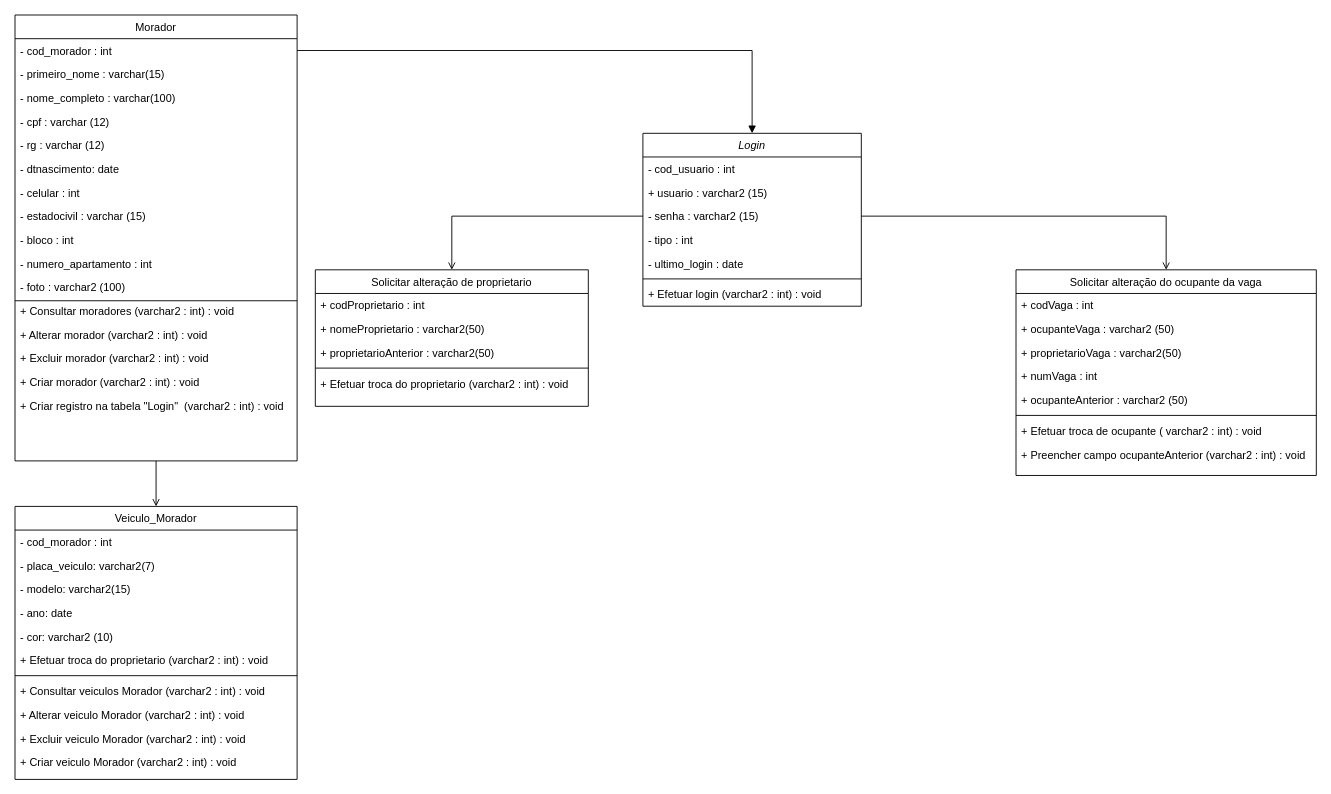
The draw.io diagram TCC/APS/DiagramaClasse.drawio in Ali-Dionisio/Etec, before the edit. Source tidied: cells renumbered, new cells numbered last; positions are measured from the earlier drawing's top-left corner, leaving out a move shared by most shapes. Both pictures are drawn from the tidied source at 91%, with x=0, y=0 at pixel (15, 15).
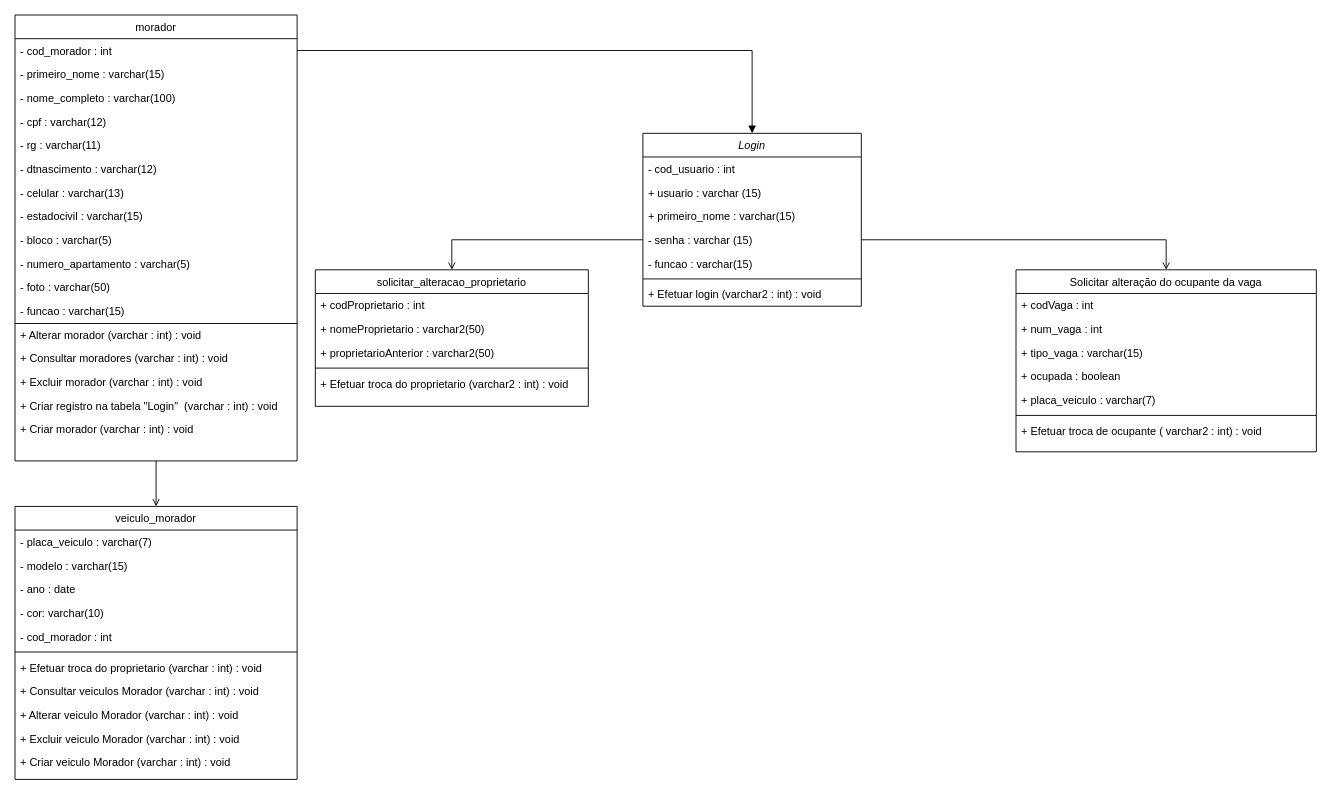
The same page after the edit.

The change refers to these unchanged cells:
```xml
<mxCell id="2" value="Login" style="swimlane;fontStyle=2;align=center;verticalAlign=top;horizontal=1;startSize=26;rounded=0;shadow=0;strokeWidth=1;" parent="1" vertex="1">
  <mxGeometry x="690" y="130" width="240" height="190" as="geometry" />
</mxCell>
```

Diff of the diagram source:
```diff
@@
-    <mxCell id="4" value="+ usuario : varchar2 (15)" style="text;align=left;verticalAlign=top;spacingLeft=4;spacingRight=4;overflow=hidden;" parent="2" vertex="1">
+    <mxCell id="4" value="+ usuario : varchar (15)" style="text;align=left;verticalAlign=top;spacingLeft=4;spacingRight=4;overflow=hidden;" parent="2" vertex="1">
       <mxGeometry y="52" width="240" height="26" as="geometry" />
     </mxCell>
+    <mxCell id="59" value="+ primeiro_nome : varchar(15)" style="text;align=left;verticalAlign=top;spacingLeft=4;spacingRight=4;overflow=hidden;" parent="2" vertex="1">
+      <mxGeometry y="78" width="240" height="26" as="geometry" />
+    </mxCell>
-    <mxCell id="5" value="- senha : varchar2 (15)" style="text;align=left;verticalAlign=top;spacingLeft=4;spacingRight=4;overflow=hidden;points=[[0,0.5],[1,0.5]];portConstraint=eastwest;rounded=0;shadow=0;html=0;" parent="2" vertex="1">
-      <mxGeometry y="78" width="240" height="26" as="geometry" />
+    <mxCell id="5" value="- senha : varchar (15)" style="text;align=left;verticalAlign=top;spacingLeft=4;spacingRight=4;overflow=hidden;points=[[0,0.5],[1,0.5]];portConstraint=eastwest;rounded=0;shadow=0;html=0;" parent="2" vertex="1">
+      <mxGeometry y="104" width="240" height="26" as="geometry" />
     </mxCell>
-    <mxCell id="6" value="- tipo : int " style="text;align=left;verticalAlign=top;spacingLeft=4;spacingRight=4;overflow=hidden;rounded=0;shadow=0;html=0;" parent="2" vertex="1">
-      <mxGeometry y="104" width="240" height="26" as="geometry" />
+    <mxCell id="6" value="- funcao : varchar(15) " style="text;align=left;verticalAlign=top;spacingLeft=4;spacingRight=4;overflow=hidden;rounded=0;shadow=0;html=0;" parent="2" vertex="1">
+      <mxGeometry y="130" width="240" height="26" as="geometry" />
     </mxCell>
-    <mxCell id="7" value="- ultimo_login : date " style="text;align=left;verticalAlign=top;spacingLeft=4;spacingRight=4;overflow=hidden;rounded=0;shadow=0;html=0;" parent="2" vertex="1">
-      <mxGeometry y="130" width="240" height="26" as="geometry" />
-    </mxCell>
@@
-    <mxCell id="10" value="Solicitar alteração de proprietario" style="swimlane;fontStyle=0;align=center;verticalAlign=top;horizontal=1;startSize=26;rounded=0;shadow=0;strokeWidth=1;" parent="1" vertex="1">
+    <mxCell id="10" value="solicitar_alteracao_proprietario" style="swimlane;fontStyle=0;align=center;verticalAlign=top;horizontal=1;startSize=26;rounded=0;shadow=0;strokeWidth=1;" parent="1" vertex="1">
       <mxGeometry x="330" y="280" width="300" height="150" as="geometry" />
     </mxCell>
@@
-    <mxCell id="17" value="Morador" style="swimlane;fontStyle=0;align=center;verticalAlign=top;horizontal=1;startSize=26;rounded=0;shadow=0;strokeWidth=1;" parent="1" vertex="1">
+    <mxCell id="17" value="morador" style="swimlane;fontStyle=0;align=center;verticalAlign=top;horizontal=1;startSize=26;rounded=0;shadow=0;strokeWidth=1;" parent="1" vertex="1">
       <mxGeometry width="310" height="490" as="geometry" />
     </mxCell>
@@
-    <mxCell id="21" value="- cpf : varchar (12)" style="text;align=left;verticalAlign=top;spacingLeft=4;spacingRight=4;overflow=hidden;" parent="17" vertex="1">
+    <mxCell id="21" value="- cpf : varchar(12)" style="text;align=left;verticalAlign=top;spacingLeft=4;spacingRight=4;overflow=hidden;" parent="17" vertex="1">
       <mxGeometry y="104" width="310" height="26" as="geometry" />
     </mxCell>
-    <mxCell id="22" value="- rg : varchar (12)" style="text;align=left;verticalAlign=top;spacingLeft=4;spacingRight=4;overflow=hidden;" parent="17" vertex="1">
+    <mxCell id="22" value="- rg : varchar(11)" style="text;align=left;verticalAlign=top;spacingLeft=4;spacingRight=4;overflow=hidden;" parent="17" vertex="1">
       <mxGeometry y="130" width="310" height="26" as="geometry" />
     </mxCell>
-    <mxCell id="23" value="- dtnascimento: date" style="text;align=left;verticalAlign=top;spacingLeft=4;spacingRight=4;overflow=hidden;" parent="17" vertex="1">
+    <mxCell id="23" value="- dtnascimento : varchar(12)" style="text;align=left;verticalAlign=top;spacingLeft=4;spacingRight=4;overflow=hidden;" parent="17" vertex="1">
       <mxGeometry y="156" width="310" height="26" as="geometry" />
     </mxCell>
-    <mxCell id="24" value="- celular : int" style="text;align=left;verticalAlign=top;spacingLeft=4;spacingRight=4;overflow=hidden;" parent="17" vertex="1">
+    <mxCell id="24" value="- celular : varchar(13)" style="text;align=left;verticalAlign=top;spacingLeft=4;spacingRight=4;overflow=hidden;" parent="17" vertex="1">
       <mxGeometry y="182" width="310" height="26" as="geometry" />
     </mxCell>
-    <mxCell id="25" value="- estadocivil : varchar (15)" style="text;align=left;verticalAlign=top;spacingLeft=4;spacingRight=4;overflow=hidden;" parent="17" vertex="1">
+    <mxCell id="25" value="- estadocivil : varchar(15)" style="text;align=left;verticalAlign=top;spacingLeft=4;spacingRight=4;overflow=hidden;" parent="17" vertex="1">
       <mxGeometry y="208" width="310" height="26" as="geometry" />
     </mxCell>
-    <mxCell id="26" value="- bloco : int" style="text;align=left;verticalAlign=top;spacingLeft=4;spacingRight=4;overflow=hidden;" parent="17" vertex="1">
+    <mxCell id="26" value="- bloco : varchar(5)" style="text;align=left;verticalAlign=top;spacingLeft=4;spacingRight=4;overflow=hidden;" parent="17" vertex="1">
       <mxGeometry y="234" width="310" height="26" as="geometry" />
     </mxCell>
-    <mxCell id="27" value="- numero_apartamento : int" style="text;align=left;verticalAlign=top;spacingLeft=4;spacingRight=4;overflow=hidden;" parent="17" vertex="1">
+    <mxCell id="27" value="- numero_apartamento : varchar(5)" style="text;align=left;verticalAlign=top;spacingLeft=4;spacingRight=4;overflow=hidden;" parent="17" vertex="1">
       <mxGeometry y="260" width="310" height="26" as="geometry" />
     </mxCell>
+    <mxCell id="60" value="- foto : varchar(50)" style="text;align=left;verticalAlign=top;spacingLeft=4;spacingRight=4;overflow=hidden;" parent="17" vertex="1">
+      <mxGeometry y="286" width="310" height="26" as="geometry" />
+    </mxCell>
-    <mxCell id="28" value="- foto : varchar2 (100)" style="text;align=left;verticalAlign=top;spacingLeft=4;spacingRight=4;overflow=hidden;" parent="17" vertex="1">
-      <mxGeometry y="286" width="310" height="26" as="geometry" />
+    <mxCell id="28" value="- funcao : varchar(15)" style="text;align=left;verticalAlign=top;spacingLeft=4;spacingRight=4;overflow=hidden;" parent="17" vertex="1">
+      <mxGeometry y="312" width="310" height="26" as="geometry" />
     </mxCell>
     <mxCell id="29" style="endArrow=none;html=1;rounded=0;" parent="17" edge="1">
       <mxGeometry relative="1" as="geometry">
-        <mxPoint y="314" as="sourcePoint" />
-        <mxPoint x="310" y="314" as="targetPoint" />
+        <mxPoint y="339" as="sourcePoint" />
+        <mxPoint x="310" y="339" as="targetPoint" />
       </mxGeometry>
     </mxCell>
+    <mxCell id="31" value="+ Alterar morador (varchar : int) : void" style="text;align=left;verticalAlign=top;spacingLeft=4;spacingRight=4;overflow=hidden;fontStyle=0;" parent="17" vertex="1">
+      <mxGeometry y="338" width="310" height="26" as="geometry" />
+    </mxCell>
-    <mxCell id="30" value="+ Consultar moradores (varchar2 : int) : void" style="text;align=left;verticalAlign=top;spacingLeft=4;spacingRight=4;overflow=hidden;fontStyle=0;" parent="17" vertex="1">
-      <mxGeometry y="312" width="310" height="26" as="geometry" />
+    <mxCell id="30" value="+ Consultar moradores (varchar : int) : void" style="text;align=left;verticalAlign=top;spacingLeft=4;spacingRight=4;overflow=hidden;fontStyle=0;" parent="17" vertex="1">
+      <mxGeometry y="364" width="310" height="26" as="geometry" />
     </mxCell>
-    <mxCell id="31" value="+ Alterar morador (varchar2 : int) : void" style="text;align=left;verticalAlign=top;spacingLeft=4;spacingRight=4;overflow=hidden;fontStyle=0;" parent="17" vertex="1">
-      <mxGeometry y="338" width="310" height="26" as="geometry" />
-    </mxCell>
-    <mxCell id="32" value="+ Excluir morador (varchar2 : int) : void" style="text;align=left;verticalAlign=top;spacingLeft=4;spacingRight=4;overflow=hidden;fontStyle=0;" parent="17" vertex="1">
-      <mxGeometry y="364" width="310" height="26" as="geometry" />
+    <mxCell id="32" value="+ Excluir morador (varchar : int) : void" style="text;align=left;verticalAlign=top;spacingLeft=4;spacingRight=4;overflow=hidden;fontStyle=0;" parent="17" vertex="1">
+      <mxGeometry y="390" width="310" height="26" as="geometry" />
     </mxCell>
+    <mxCell id="34" value="+ Criar registro na tabela &quot;Login&quot;  (varchar : int) : void" style="text;align=left;verticalAlign=top;spacingLeft=4;spacingRight=4;overflow=hidden;fontStyle=0;" parent="17" vertex="1">
+      <mxGeometry y="416" width="310" height="26" as="geometry" />
+    </mxCell>
-    <mxCell id="33" value="+ Criar morador (varchar2 : int) : void" style="text;align=left;verticalAlign=top;spacingLeft=4;spacingRight=4;overflow=hidden;fontStyle=0;" parent="17" vertex="1">
-      <mxGeometry y="390" width="310" height="26" as="geometry" />
+    <mxCell id="33" value="+ Criar morador (varchar : int) : void" style="text;align=left;verticalAlign=top;spacingLeft=4;spacingRight=4;overflow=hidden;fontStyle=0;" parent="17" vertex="1">
+      <mxGeometry y="442" width="310" height="26" as="geometry" />
     </mxCell>
-    <mxCell id="34" value="+ Criar registro na tabela &quot;Login&quot;  (varchar2 : int) : void" style="text;align=left;verticalAlign=top;spacingLeft=4;spacingRight=4;overflow=hidden;fontStyle=0;" parent="17" vertex="1">
-      <mxGeometry y="416" width="310" height="26" as="geometry" />
-    </mxCell>
     <mxCell id="35" value="Solicitar alteração do ocupante da vaga" style="swimlane;fontStyle=0;align=center;verticalAlign=top;horizontal=1;startSize=26;rounded=0;shadow=0;strokeWidth=1;" parent="1" vertex="1">
-      <mxGeometry x="1100" y="280" width="330" height="226" as="geometry" />
+      <mxGeometry x="1100" y="280" width="330" height="200" as="geometry" />
     </mxCell>
@@
+    <mxCell id="61" value="+ num_vaga : int" style="text;align=left;verticalAlign=top;spacingLeft=4;spacingRight=4;overflow=hidden;" parent="35" vertex="1">
+      <mxGeometry y="52" width="330" height="26" as="geometry" />
+    </mxCell>
-    <mxCell id="37" value="+ ocupanteVaga : varchar2 (50)" style="text;align=left;verticalAlign=top;spacingLeft=4;spacingRight=4;overflow=hidden;rounded=0;shadow=0;html=0;" parent="35" vertex="1">
-      <mxGeometry y="52" width="330" height="26" as="geometry" />
+    <mxCell id="37" value="+ tipo_vaga : varchar(15)" style="text;align=left;verticalAlign=top;spacingLeft=4;spacingRight=4;overflow=hidden;rounded=0;shadow=0;html=0;" parent="35" vertex="1">
+      <mxGeometry y="78" width="330" height="26" as="geometry" />
     </mxCell>
-    <mxCell id="38" value="+ proprietarioVaga : varchar2(50)" style="text;align=left;verticalAlign=top;spacingLeft=4;spacingRight=4;overflow=hidden;rounded=0;shadow=0;html=0;" parent="35" vertex="1">
-      <mxGeometry y="78" width="330" height="26" as="geometry" />
+    <mxCell id="38" value="+ ocupada : boolean" style="text;align=left;verticalAlign=top;spacingLeft=4;spacingRight=4;overflow=hidden;rounded=0;shadow=0;html=0;" parent="35" vertex="1">
+      <mxGeometry y="104" width="330" height="26" as="geometry" />
     </mxCell>
-    <mxCell id="39" value="+ numVaga : int" style="text;align=left;verticalAlign=top;spacingLeft=4;spacingRight=4;overflow=hidden;rounded=0;shadow=0;html=0;" parent="35" vertex="1">
-      <mxGeometry y="104" width="330" height="26" as="geometry" />
+    <mxCell id="39" value="+ placa_veiculo : varchar(7)" style="text;align=left;verticalAlign=top;spacingLeft=4;spacingRight=4;overflow=hidden;rounded=0;shadow=0;html=0;" parent="35" vertex="1">
+      <mxGeometry y="130" width="330" height="26" as="geometry" />
     </mxCell>
-    <mxCell id="40" value="+ ocupanteAnterior : varchar2 (50)" style="text;align=left;verticalAlign=top;spacingLeft=4;spacingRight=4;overflow=hidden;rounded=0;shadow=0;html=0;" parent="35" vertex="1">
-      <mxGeometry y="130" width="330" height="26" as="geometry" />
-    </mxCell>
@@
-    <mxCell id="43" value="+ Preencher campo ocupanteAnterior (varchar2 : int) : void" style="text;align=left;verticalAlign=top;spacingLeft=4;spacingRight=4;overflow=hidden;" parent="35" vertex="1">
-      <mxGeometry y="190" width="330" height="26" as="geometry" />
-    </mxCell>
@@
-    <mxCell id="47" value="Veiculo_Morador" style="swimlane;fontStyle=0;align=center;verticalAlign=top;horizontal=1;startSize=26;rounded=0;shadow=0;strokeWidth=1;" parent="1" vertex="1">
+    <mxCell id="47" value="veiculo_morador" style="swimlane;fontStyle=0;align=center;verticalAlign=top;horizontal=1;startSize=26;rounded=0;shadow=0;strokeWidth=1;" parent="1" vertex="1">
       <mxGeometry y="540" width="310" height="300" as="geometry" />
     </mxCell>
-    <mxCell id="48" value="- cod_morador : int" style="text;align=left;verticalAlign=top;spacingLeft=4;spacingRight=4;overflow=hidden;" parent="47" vertex="1">
-      <mxGeometry y="26" width="310" height="26" as="geometry" />
-    </mxCell>
-    <mxCell id="49" value="- placa_veiculo: varchar2(7)" style="text;align=left;verticalAlign=top;spacingLeft=4;spacingRight=4;overflow=hidden;" parent="47" vertex="1">
-      <mxGeometry y="52" width="310" height="26" as="geometry" />
+    <mxCell id="49" value="- placa_veiculo : varchar(7)" style="text;align=left;verticalAlign=top;spacingLeft=4;spacingRight=4;overflow=hidden;" parent="47" vertex="1">
+      <mxGeometry y="26" width="310" height="26" as="geometry" />
     </mxCell>
-    <mxCell id="50" value="- modelo: varchar2(15)" style="text;align=left;verticalAlign=top;spacingLeft=4;spacingRight=4;overflow=hidden;" parent="47" vertex="1">
-      <mxGeometry y="78" width="310" height="26" as="geometry" />
+    <mxCell id="50" value="- modelo : varchar(15)" style="text;align=left;verticalAlign=top;spacingLeft=4;spacingRight=4;overflow=hidden;" parent="47" vertex="1">
+      <mxGeometry y="52" width="310" height="26" as="geometry" />
     </mxCell>
-    <mxCell id="51" value="- ano: date" style="text;align=left;verticalAlign=top;spacingLeft=4;spacingRight=4;overflow=hidden;" parent="47" vertex="1">
-      <mxGeometry y="104" width="310" height="26" as="geometry" />
+    <mxCell id="51" value="- ano : date" style="text;align=left;verticalAlign=top;spacingLeft=4;spacingRight=4;overflow=hidden;" parent="47" vertex="1">
+      <mxGeometry y="78" width="310" height="26" as="geometry" />
     </mxCell>
-    <mxCell id="52" value="- cor: varchar2 (10)" style="text;align=left;verticalAlign=top;spacingLeft=4;spacingRight=4;overflow=hidden;" parent="47" vertex="1">
-      <mxGeometry y="130" width="310" height="26" as="geometry" />
+    <mxCell id="52" value="- cor: varchar(10)" style="text;align=left;verticalAlign=top;spacingLeft=4;spacingRight=4;overflow=hidden;" parent="47" vertex="1">
+      <mxGeometry y="104" width="310" height="26" as="geometry" />
     </mxCell>
+    <mxCell id="48" value="- cod_morador : int" style="text;align=left;verticalAlign=top;spacingLeft=4;spacingRight=4;overflow=hidden;" parent="47" vertex="1">
+      <mxGeometry y="130" width="310" height="26" as="geometry" />
+    </mxCell>
+    <mxCell id="54" style="line;html=1;strokeWidth=1;align=left;verticalAlign=middle;spacingTop=-1;spacingLeft=3;spacingRight=3;labelPosition=right;" parent="47" vertex="1">
+      <mxGeometry y="156" width="310" height="8" as="geometry" />
+    </mxCell>
-    <mxCell id="53" value="+ Efetuar troca do proprietario (varchar2 : int) : void" style="text;align=left;verticalAlign=top;spacingLeft=4;spacingRight=4;overflow=hidden;fontStyle=0;" parent="47" vertex="1">
-      <mxGeometry y="156" width="310" height="26" as="geometry" />
+    <mxCell id="53" value="+ Efetuar troca do proprietario (varchar : int) : void" style="text;align=left;verticalAlign=top;spacingLeft=4;spacingRight=4;overflow=hidden;fontStyle=0;" parent="47" vertex="1">
+      <mxGeometry y="164" width="310" height="26" as="geometry" />
     </mxCell>
-    <mxCell id="54" style="line;html=1;strokeWidth=1;align=left;verticalAlign=middle;spacingTop=-1;spacingLeft=3;spacingRight=3;labelPosition=right;" parent="47" vertex="1">
-      <mxGeometry y="182" width="310" height="8" as="geometry" />
-    </mxCell>
-    <mxCell id="55" value="+ Consultar veiculos Morador (varchar2 : int) : void" style="text;align=left;verticalAlign=top;spacingLeft=4;spacingRight=4;overflow=hidden;fontStyle=0;" parent="47" vertex="1">
+    <mxCell id="55" value="+ Consultar veiculos Morador (varchar : int) : void" style="text;align=left;verticalAlign=top;spacingLeft=4;spacingRight=4;overflow=hidden;fontStyle=0;" parent="47" vertex="1">
       <mxGeometry y="190" width="310" height="26" as="geometry" />
     </mxCell>
-    <mxCell id="56" value="+ Alterar veiculo Morador (varchar2 : int) : void" style="text;align=left;verticalAlign=top;spacingLeft=4;spacingRight=4;overflow=hidden;fontStyle=0;" parent="47" vertex="1">
+    <mxCell id="56" value="+ Alterar veiculo Morador (varchar : int) : void" style="text;align=left;verticalAlign=top;spacingLeft=4;spacingRight=4;overflow=hidden;fontStyle=0;" parent="47" vertex="1">
       <mxGeometry y="216" width="310" height="26" as="geometry" />
     </mxCell>
-    <mxCell id="57" value="+ Excluir veiculo Morador (varchar2 : int) : void" style="text;align=left;verticalAlign=top;spacingLeft=4;spacingRight=4;overflow=hidden;fontStyle=0;" parent="47" vertex="1">
+    <mxCell id="57" value="+ Excluir veiculo Morador (varchar : int) : void" style="text;align=left;verticalAlign=top;spacingLeft=4;spacingRight=4;overflow=hidden;fontStyle=0;" parent="47" vertex="1">
       <mxGeometry y="242" width="310" height="26" as="geometry" />
     </mxCell>
-    <mxCell id="58" value="+ Criar veiculo Morador (varchar2 : int) : void" style="text;align=left;verticalAlign=top;spacingLeft=4;spacingRight=4;overflow=hidden;fontStyle=0;" parent="47" vertex="1">
+    <mxCell id="58" value="+ Criar veiculo Morador (varchar : int) : void" style="text;align=left;verticalAlign=top;spacingLeft=4;spacingRight=4;overflow=hidden;fontStyle=0;" parent="47" vertex="1">
       <mxGeometry y="268" width="310" height="26" as="geometry" />
     </mxCell>
```
